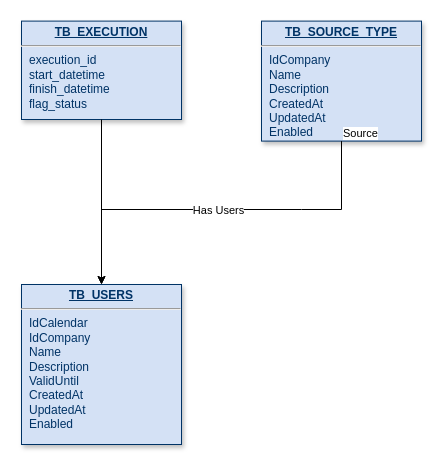
Above: gat.drawio in filipefontenele/test (draw.io), before the change. Source tidied: cells renumbered, new cells numbered last; positions are measured from the earlier drawing's top-left corner, leaving out a move shared by most shapes. Both pictures are drawn from the tidied source at 100%, with x=0, y=0 at pixel (21, 21).
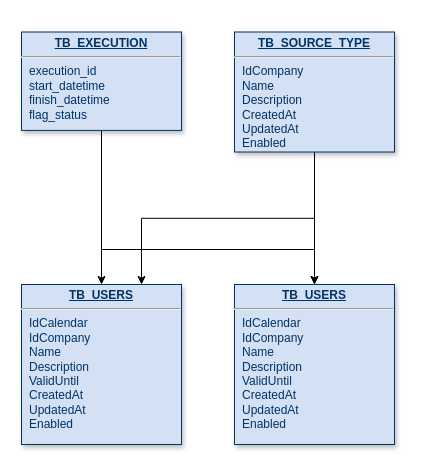
After the change.

The edit, as a diff of the source:
```diff
@@
 <mxGraphModel>
   <root>
     <mxCell id="0" />
     <mxCell id="1" parent="0" />
+    <mxCell id="6" style="edgeStyle=orthogonalEdgeStyle;rounded=0;jettySize=auto;html=1;exitX=0.5;exitY=1;exitDx=0;exitDy=0;entryX=0.75;entryY=0;entryDx=0;entryDy=0;" parent="1" edge="1" source="2" target="3">
+      <mxGeometry relative="1" as="geometry" />
+    </mxCell>
+    <mxCell id="9" style="edgeStyle=orthogonalEdgeStyle;rounded=0;jettySize=auto;html=1;exitX=0.5;exitY=1;exitDx=0;exitDy=0;entryX=0.5;entryY=0;entryDx=0;entryDy=0;" parent="1" edge="1" source="2" target="11">
+      <mxGeometry relative="1" as="geometry" />
+    </mxCell>
     <mxCell id="2" value="&lt;p style=&quot;margin: 0px ; margin-top: 4px ; text-align: center ; text-decoration: underline&quot;&gt;&lt;b&gt;TB_SOURCE_TYPE&lt;/b&gt;&lt;/p&gt;&lt;hr&gt;&lt;p style=&quot;margin: 0px ; margin-left: 8px&quot;&gt;IdCompany&lt;br&gt;Name&lt;/p&gt;&lt;p style=&quot;margin: 0px ; margin-left: 8px&quot;&gt;Description&lt;/p&gt;&lt;p style=&quot;margin: 0px ; margin-left: 8px&quot;&gt;CreatedAt&lt;/p&gt;&lt;p style=&quot;margin: 0px ; margin-left: 8px&quot;&gt;UpdatedAt&lt;/p&gt;&lt;p style=&quot;margin: 0px ; margin-left: 8px&quot;&gt;Enabled&lt;/p&gt;" style="verticalAlign=top;align=left;overflow=fill;fontSize=12;fontFamily=Helvetica;html=1;strokeColor=#003366;shadow=1;fillColor=#D4E1F5;fontColor=#003366;" parent="1" vertex="1">
-      <mxGeometry x="240" y="-0.4" width="160" height="120" as="geometry" />
+      <mxGeometry x="213" y="10.5" width="160" height="120" as="geometry" />
     </mxCell>
     <mxCell id="3" value="&lt;p style=&quot;margin: 0px ; margin-top: 4px ; text-align: center ; text-decoration: underline&quot;&gt;&lt;b&gt;TB_USERS&lt;/b&gt;&lt;/p&gt;&lt;hr&gt;&lt;p style=&quot;margin: 0px ; margin-left: 8px&quot;&gt;IdCalendar&lt;/p&gt;&lt;p style=&quot;margin: 0px ; margin-left: 8px&quot;&gt;IdCompany&lt;/p&gt;&lt;p style=&quot;margin: 0px ; margin-left: 8px&quot;&gt;Name&lt;/p&gt;&lt;p style=&quot;margin: 0px ; margin-left: 8px&quot;&gt;Description&lt;/p&gt;&lt;p style=&quot;margin: 0px ; margin-left: 8px&quot;&gt;ValidUntil&lt;/p&gt;&lt;p style=&quot;margin: 0px ; margin-left: 8px&quot;&gt;CreatedAt&lt;/p&gt;&lt;p style=&quot;margin: 0px ; margin-left: 8px&quot;&gt;UpdatedAt&lt;/p&gt;&lt;p style=&quot;margin: 0px ; margin-left: 8px&quot;&gt;Enabled&lt;/p&gt;" style="verticalAlign=top;align=left;overflow=fill;fontSize=12;fontFamily=Helvetica;html=1;strokeColor=#003366;shadow=1;fillColor=#D4E1F5;fontColor=#003366;" parent="1" vertex="1">
       <mxGeometry y="263" width="160" height="160" as="geometry" />
     </mxCell>
+    <mxCell id="10" style="edgeStyle=orthogonalEdgeStyle;rounded=0;jettySize=auto;html=1;exitX=0.5;exitY=1;exitDx=0;exitDy=0;entryX=0.5;entryY=0;entryDx=0;entryDy=0;" parent="1" edge="1" source="4" target="11">
+      <mxGeometry relative="1" as="geometry">
+        <Array as="points">
+          <mxPoint x="80" y="228" />
+          <mxPoint x="293" y="228" />
+        </Array>
+      </mxGeometry>
+    </mxCell>
     <mxCell id="4" value="&lt;p style=&quot;margin: 0px ; margin-top: 4px ; text-align: center ; text-decoration: underline&quot;&gt;&lt;strong&gt;TB_EXECUTION&lt;/strong&gt;&lt;/p&gt;&lt;hr&gt;&lt;p style=&quot;margin: 0px ; margin-left: 8px&quot;&gt;execution_id&lt;/p&gt;&lt;p style=&quot;margin: 0px ; margin-left: 8px&quot;&gt;start_datetime&lt;/p&gt;&lt;p style=&quot;margin: 0px ; margin-left: 8px&quot;&gt;finish_datetime&lt;/p&gt;&lt;p style=&quot;margin: 0px ; margin-left: 8px&quot;&gt;flag_status&lt;/p&gt;" style="verticalAlign=top;align=left;overflow=fill;fontSize=12;fontFamily=Helvetica;html=1;strokeColor=#003366;shadow=1;fillColor=#D4E1F5;fontColor=#003366;" parent="1" vertex="1">
-      <mxGeometry y="-0.4" width="160" height="98.4" as="geometry" />
+      <mxGeometry y="10.5" width="160" height="98.4" as="geometry" />
     </mxCell>
-    <mxCell id="5" style="endArrow=classic;html=1;rounded=0;entryX=0.5;entryY=0;entryDx=0;entryDy=0;exitX=0.5;exitY=1;exitDx=0;exitDy=0;" parent="1" edge="1" source="4" target="3">
+    <mxCell id="5" style="endArrow=classic;html=1;rounded=0;entryX=0.5;entryY=0;entryDx=0;entryDy=0;edgeStyle=orthogonalEdgeStyle;exitX=0.5;exitY=1;exitDx=0;exitDy=0;" parent="1" edge="1" source="4" target="3">
       <mxGeometry relative="1" as="geometry" />
     </mxCell>
-    <mxCell id="6" style="endArrow=classic;html=1;rounded=0;exitX=0.5;exitY=1;exitDx=0;exitDy=0;entryX=0.5;entryY=0;entryDx=0;entryDy=0;" parent="1" edge="1" source="2" target="3">
-      <mxGeometry relative="1" as="geometry">
-        <Array as="points">
-          <mxPoint x="320" y="188" />
-          <mxPoint x="280" y="188" />
-          <mxPoint x="80" y="188" />
-        </Array>
-      </mxGeometry>
-    </mxCell>
-    <mxCell id="7" value="Has Users" style="edgeLabel;html=1;align=center;verticalAlign=middle;" parent="6" vertex="1">
-      <mxGeometry relative="1" as="geometry" />
-    </mxCell>
-    <mxCell id="8" value="Source" style="edgeLabel;html=1;align=left;verticalAlign=bottom;" parent="6" vertex="1">
-      <mxGeometry x="-1" relative="1" as="geometry" />
-    </mxCell>
+    <mxCell id="11" value="&lt;p style=&quot;margin: 0px ; margin-top: 4px ; text-align: center ; text-decoration: underline&quot;&gt;&lt;b&gt;TB_USERS&lt;/b&gt;&lt;/p&gt;&lt;hr&gt;&lt;p style=&quot;margin: 0px ; margin-left: 8px&quot;&gt;IdCalendar&lt;/p&gt;&lt;p style=&quot;margin: 0px ; margin-left: 8px&quot;&gt;IdCompany&lt;/p&gt;&lt;p style=&quot;margin: 0px ; margin-left: 8px&quot;&gt;Name&lt;/p&gt;&lt;p style=&quot;margin: 0px ; margin-left: 8px&quot;&gt;Description&lt;/p&gt;&lt;p style=&quot;margin: 0px ; margin-left: 8px&quot;&gt;ValidUntil&lt;/p&gt;&lt;p style=&quot;margin: 0px ; margin-left: 8px&quot;&gt;CreatedAt&lt;/p&gt;&lt;p style=&quot;margin: 0px ; margin-left: 8px&quot;&gt;UpdatedAt&lt;/p&gt;&lt;p style=&quot;margin: 0px ; margin-left: 8px&quot;&gt;Enabled&lt;/p&gt;" style="verticalAlign=top;align=left;overflow=fill;fontSize=12;fontFamily=Helvetica;html=1;strokeColor=#003366;shadow=1;fillColor=#D4E1F5;fontColor=#003366;" parent="1" vertex="1">
+      <mxGeometry x="213" y="263" width="160" height="160" as="geometry" />
+    </mxCell>
   </root>
 </mxGraphModel>
```
